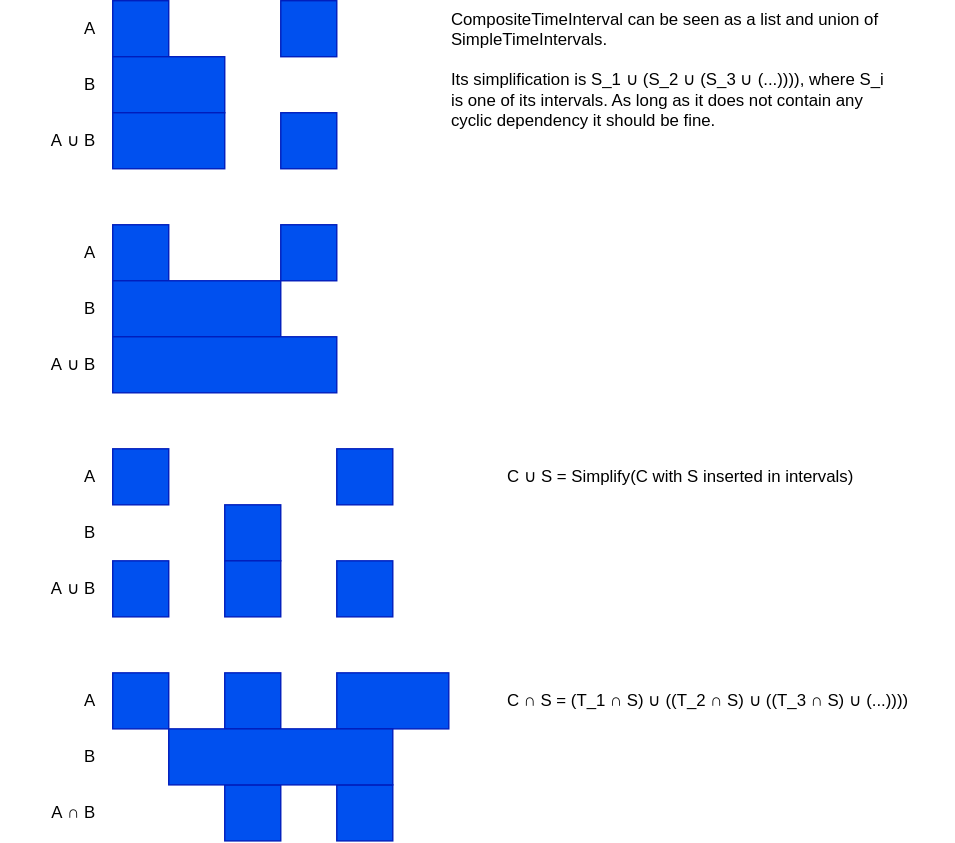
Above: src/interval/CompositeTimeInterval.drawio.svg in yolisses/time-constraints (draw.io), before the change. Source tidied: cells renumbered, new cells last; positions are measured from the earlier drawing's top-left corner, leaving out a move shared by most shapes.
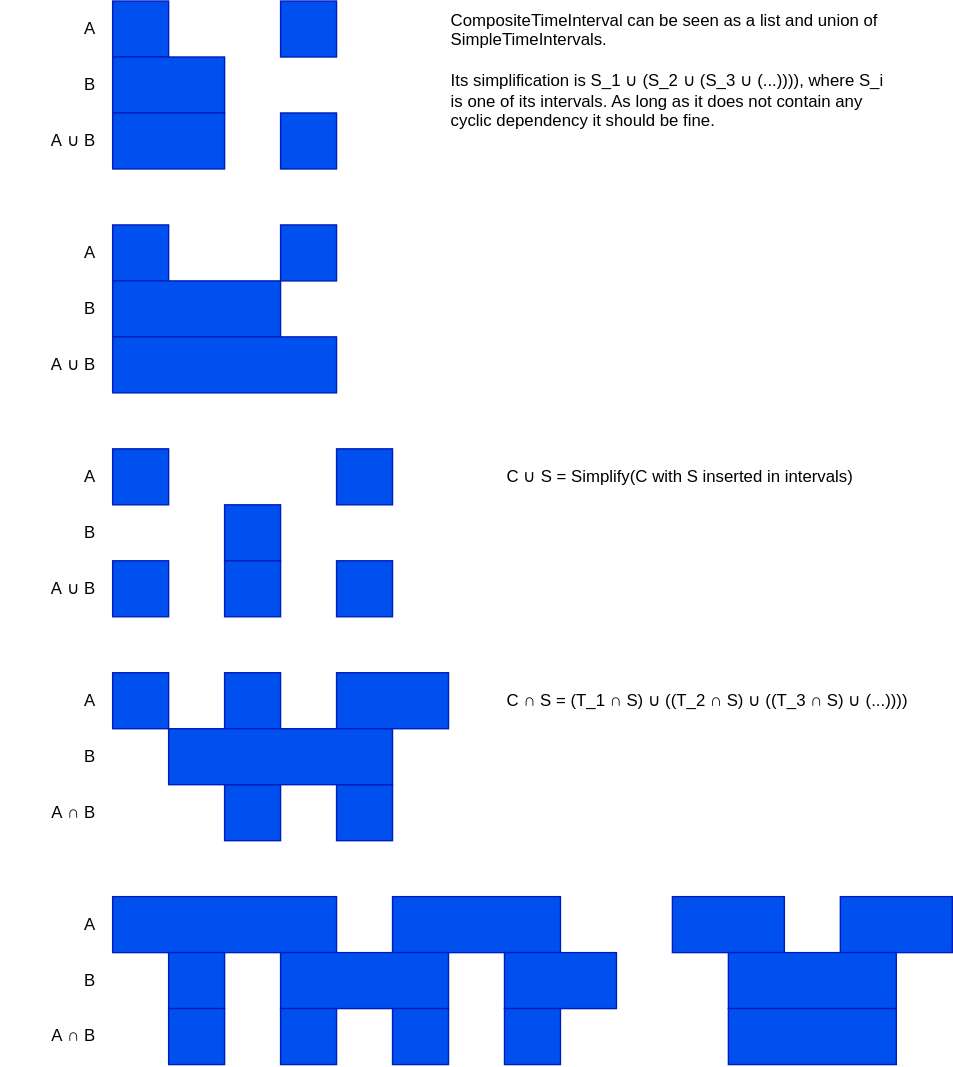
The same file after the commit.

The edit, as a diff of the source:
```diff
@@ -110,5 +110,53 @@
     <mxCell id="37" value="C ∪&amp;nbsp;S = Simplify(C with S inserted in intervals)" style="text;strokeColor=none;align=left;fillColor=none;html=1;verticalAlign=middle;whiteSpace=wrap;rounded=0;spacing=2;" parent="1" vertex="1">
       <mxGeometry x="360" y="320" width="320" height="40" as="geometry" />
     </mxCell>
+    <mxCell id="38" style="whiteSpace=wrap;html=1;fillColor=#0050ef;fontColor=#ffffff;strokeColor=#001DBC;" parent="1" vertex="1">
+      <mxGeometry x="80" y="640" width="160" height="40" as="geometry" />
+    </mxCell>
+    <mxCell id="39" style="whiteSpace=wrap;html=1;fillColor=#0050ef;fontColor=#ffffff;strokeColor=#001DBC;" parent="1" vertex="1">
+      <mxGeometry x="280" y="640" width="120" height="40" as="geometry" />
+    </mxCell>
+    <mxCell id="40" style="whiteSpace=wrap;html=1;fillColor=#0050ef;fontColor=#ffffff;strokeColor=#001DBC;" parent="1" vertex="1">
+      <mxGeometry x="480" y="640" width="80" height="40" as="geometry" />
+    </mxCell>
+    <mxCell id="41" style="whiteSpace=wrap;html=1;fillColor=#0050ef;fontColor=#ffffff;strokeColor=#001DBC;" parent="1" vertex="1">
+      <mxGeometry x="600" y="640" width="80" height="40" as="geometry" />
+    </mxCell>
+    <mxCell id="42" style="whiteSpace=wrap;html=1;fillColor=#0050ef;fontColor=#ffffff;strokeColor=#001DBC;" parent="1" vertex="1">
+      <mxGeometry x="520" y="680" width="120" height="40" as="geometry" />
+    </mxCell>
+    <mxCell id="43" style="whiteSpace=wrap;html=1;fillColor=#0050ef;fontColor=#ffffff;strokeColor=#001DBC;" parent="1" vertex="1">
+      <mxGeometry x="360" y="680" width="80" height="40" as="geometry" />
+    </mxCell>
+    <mxCell id="44" style="whiteSpace=wrap;html=1;fillColor=#0050ef;fontColor=#ffffff;strokeColor=#001DBC;" parent="1" vertex="1">
+      <mxGeometry x="200" y="680" width="120" height="40" as="geometry" />
+    </mxCell>
+    <mxCell id="45" style="whiteSpace=wrap;html=1;fillColor=#0050ef;fontColor=#ffffff;strokeColor=#001DBC;" parent="1" vertex="1">
+      <mxGeometry x="120" y="680" width="40" height="40" as="geometry" />
+    </mxCell>
+    <mxCell id="46" value="A" style="text;strokeColor=none;align=right;fillColor=none;html=1;verticalAlign=middle;whiteSpace=wrap;rounded=0;spacingRight=10;" parent="1" vertex="1">
+      <mxGeometry y="640" width="80" height="40" as="geometry" />
+    </mxCell>
+    <mxCell id="47" value="B" style="text;strokeColor=none;align=right;fillColor=none;html=1;verticalAlign=middle;whiteSpace=wrap;rounded=0;spacingRight=10;" parent="1" vertex="1">
+      <mxGeometry y="680" width="80" height="40" as="geometry" />
+    </mxCell>
+    <mxCell id="48" value="A&amp;nbsp;∩ B" style="text;strokeColor=none;align=right;fillColor=none;html=1;verticalAlign=middle;whiteSpace=wrap;rounded=0;spacingRight=10;" parent="1" vertex="1">
+      <mxGeometry y="720" width="80" height="40" as="geometry" />
+    </mxCell>
+    <mxCell id="49" style="whiteSpace=wrap;html=1;fillColor=#0050ef;fontColor=#ffffff;strokeColor=#001DBC;" parent="1" vertex="1">
+      <mxGeometry x="120" y="720" width="40" height="40" as="geometry" />
+    </mxCell>
+    <mxCell id="50" style="whiteSpace=wrap;html=1;fillColor=#0050ef;fontColor=#ffffff;strokeColor=#001DBC;" parent="1" vertex="1">
+      <mxGeometry x="200" y="720" width="40" height="40" as="geometry" />
+    </mxCell>
+    <mxCell id="51" style="whiteSpace=wrap;html=1;fillColor=#0050ef;fontColor=#ffffff;strokeColor=#001DBC;" parent="1" vertex="1">
+      <mxGeometry x="280" y="720" width="40" height="40" as="geometry" />
+    </mxCell>
+    <mxCell id="52" style="whiteSpace=wrap;html=1;fillColor=#0050ef;fontColor=#ffffff;strokeColor=#001DBC;" parent="1" vertex="1">
+      <mxGeometry x="360" y="720" width="40" height="40" as="geometry" />
+    </mxCell>
+    <mxCell id="53" style="whiteSpace=wrap;html=1;fillColor=#0050ef;fontColor=#ffffff;strokeColor=#001DBC;" parent="1" vertex="1">
+      <mxGeometry x="520" y="720" width="120" height="40" as="geometry" />
+    </mxCell>
   </root>
 </mxGraphModel>
```
